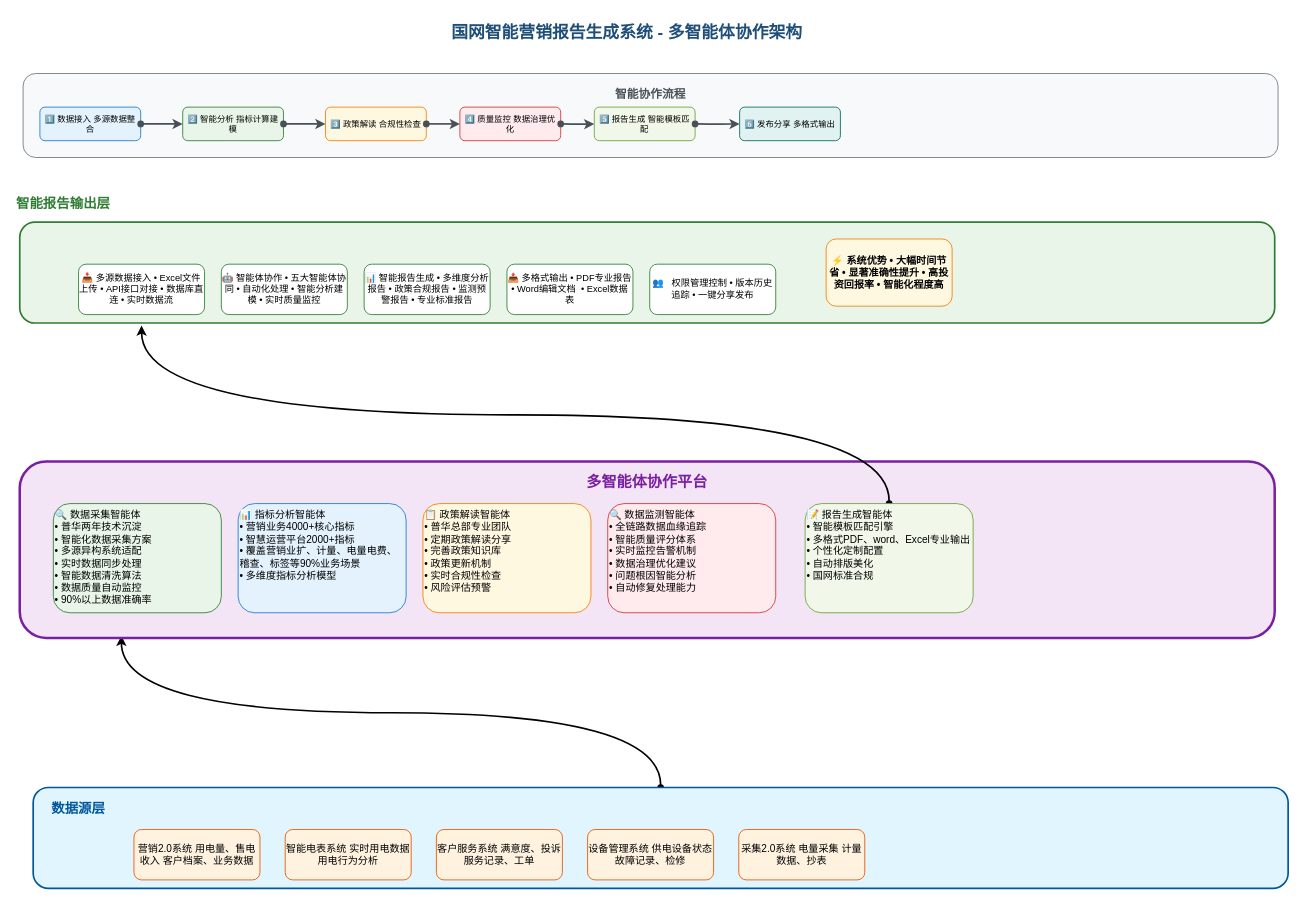
The draw.io diagram reporting/智能报告系统-多智能体协作架构图.drawio in xiqing21/smart-report, before the edit. Source tidied: cells renumbered, new cells numbered last; positions are measured from the earlier drawing's top-left corner, leaving out a move shared by most shapes. Both pictures are drawn from the tidied source at 84%, with x=0, y=0 at pixel (14, 14).
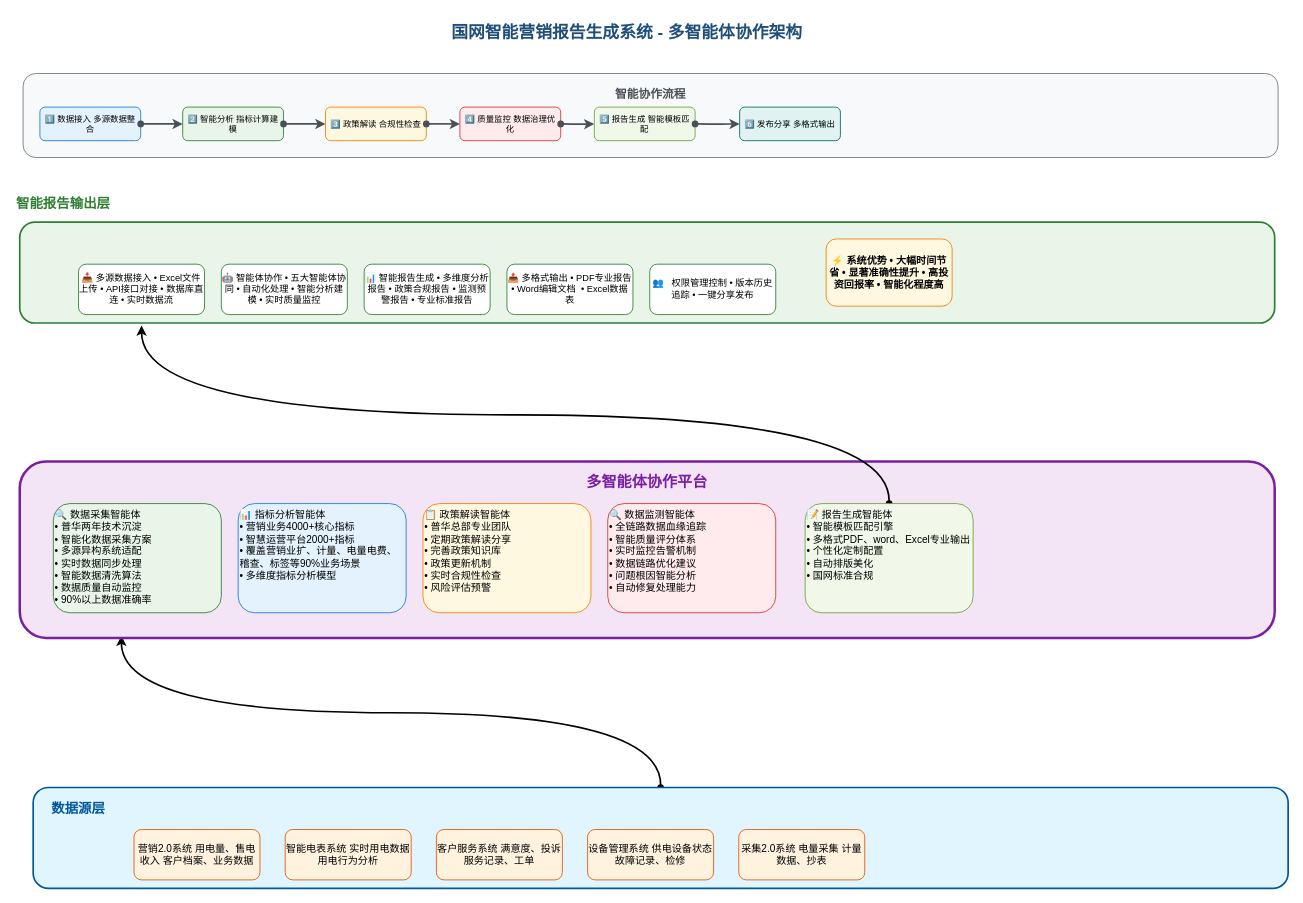
The same diagram, later.

Diff of the diagram source:
```diff
@@
-    <mxCell id="16" value="&lt;font style=&quot;font-size: 12px;&quot;&gt;🔍 数据监测智能体&lt;br&gt;• 全链路数据血缘追踪&lt;br&gt;• 智能质量评分体系&lt;br&gt;• 实时监控告警机制&lt;br&gt;• 数据治理优化建议&lt;br&gt;• 问题根因智能分析&lt;br&gt;• 自动修复处理能力&lt;/font&gt;&lt;div&gt;&lt;br&gt;&lt;/div&gt;" style="rounded=1;whiteSpace=wrap;html=1;fillColor=#ffebee;strokeColor=#d32f2f;fontSize=11;align=left;verticalAlign=top;" parent="1" vertex="1">
+    <mxCell id="16" value="&lt;font style=&quot;font-size: 12px;&quot;&gt;🔍 数据监测智能体&lt;br&gt;• 全链路数据血缘追踪&lt;br&gt;• 智能质量评分体系&lt;br&gt;• 实时监控告警机制&lt;br&gt;• 数据链路优化建议&lt;br&gt;• 问题根因智能分析&lt;br&gt;• 自动修复处理能力&lt;/font&gt;&lt;div&gt;&lt;br&gt;&lt;/div&gt;" style="rounded=1;whiteSpace=wrap;html=1;fillColor=#ffebee;strokeColor=#d32f2f;fontSize=11;align=left;verticalAlign=top;" parent="1" vertex="1">
       <mxGeometry x="706" y="582" width="200" height="130" as="geometry" />
     </mxCell>
```
